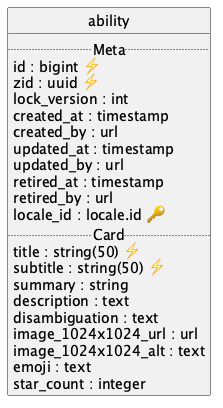
Above: api/trait/uml/uml.png in contactopensource/contactopensource (PlantUML), before the change.
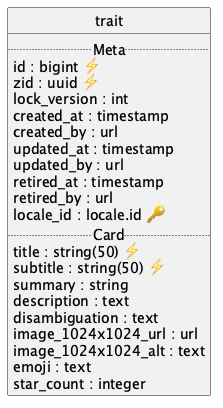
Later version of the same file.

Change to the diagram source:
```diff
@@ -3,7 +3,7 @@
 skinparam linetype ortho
 hide circle
 
-entity ability {
+entity trait {
   .. Meta ..
   id : bigint ⚡
   zid : uuid ⚡
```
